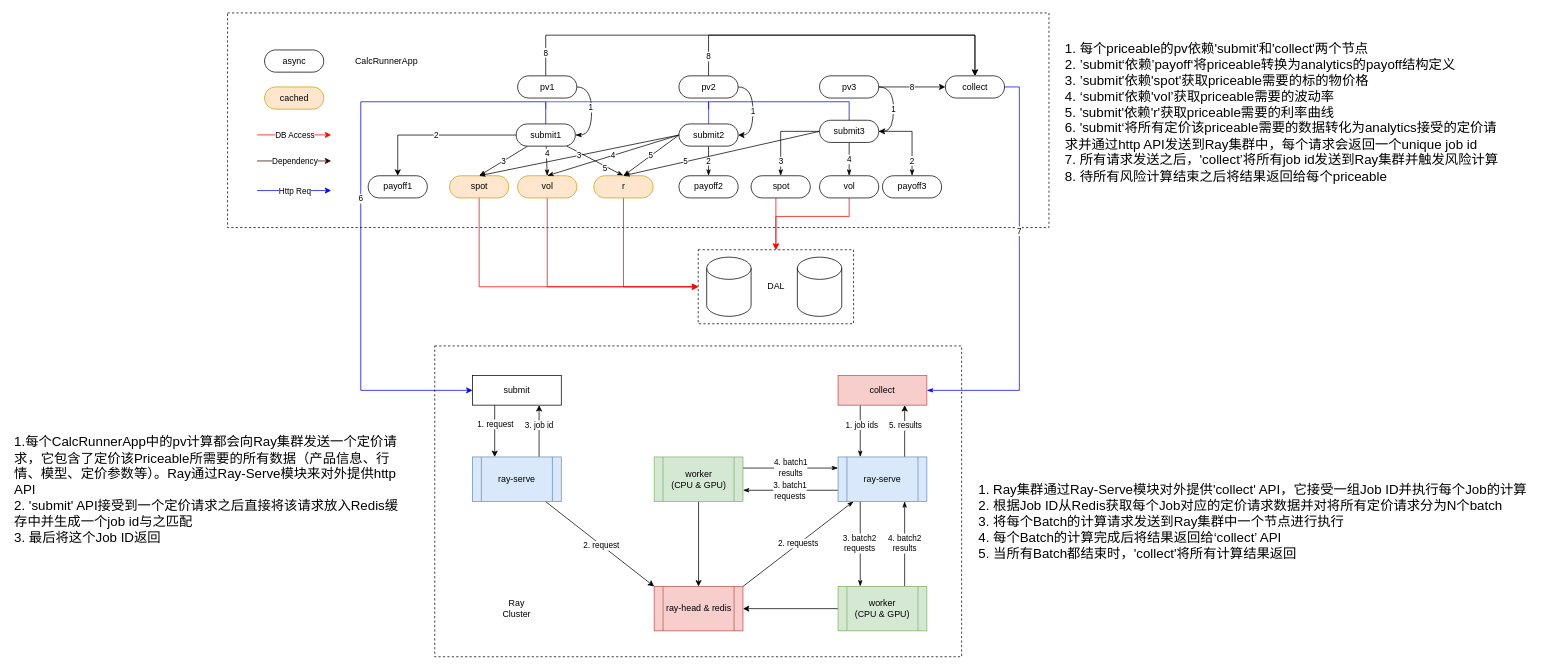
The draw.io diagram page "Copy of calc" (9 of 16) of quant-dev-platform.drawio in blshao84/VaRReportingSys, before the edit. Source tidied: cells renumbered, new cells numbered last; positions are measured from the earlier drawing's top-left corner, leaving out a move shared by most shapes. Both pictures are drawn from the tidied source at 74%, with x=0, y=0 at pixel (13, 13).
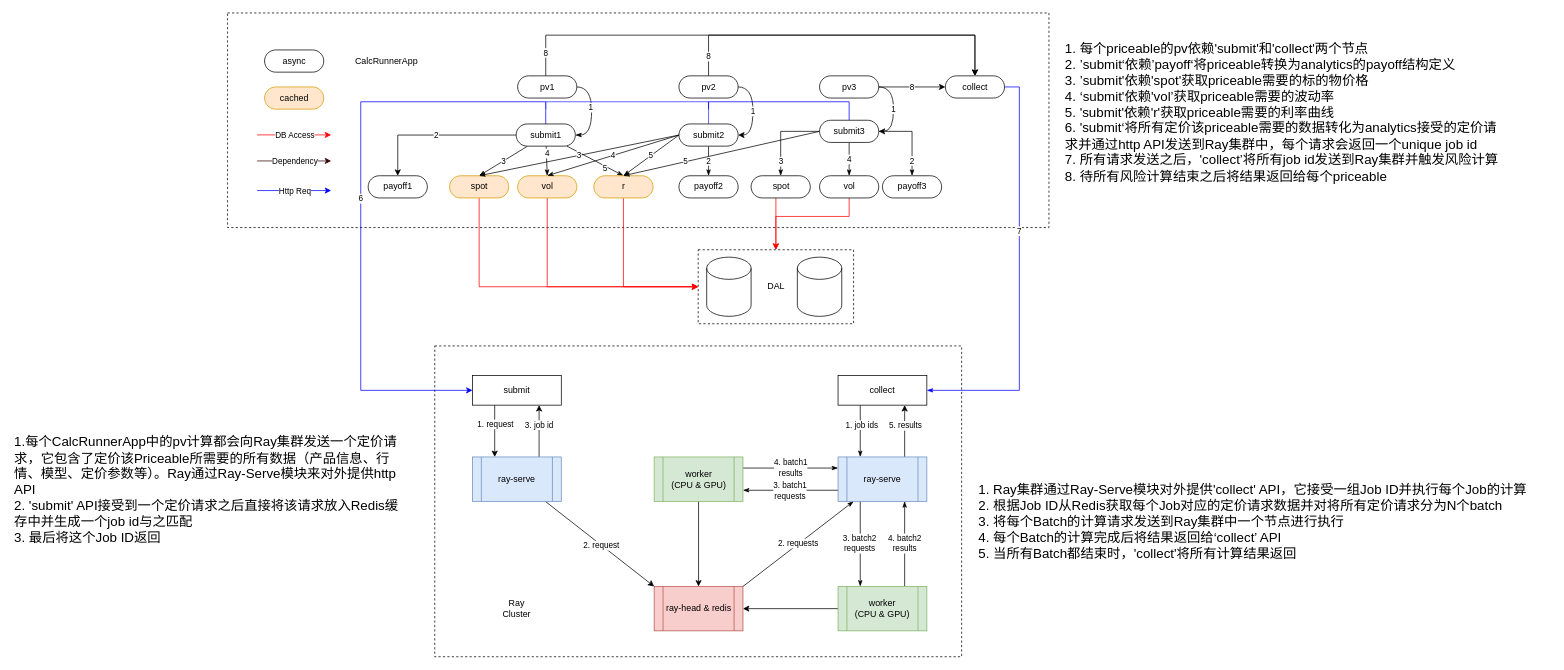
Above is the later version.

The edit, as a diff of the source:
```diff
@@
-    <mxCell id="29" value="collect" style="rounded=0;whiteSpace=wrap;html=1;fillColor=#f8cecc;strokeColor=#b85450;" parent="1" vertex="1">
+    <mxCell id="29" value="collect" style="rounded=0;whiteSpace=wrap;html=1;" parent="1" vertex="1">
       <mxGeometry x="1115" y="490" width="120" height="40" as="geometry" />
     </mxCell>
```
